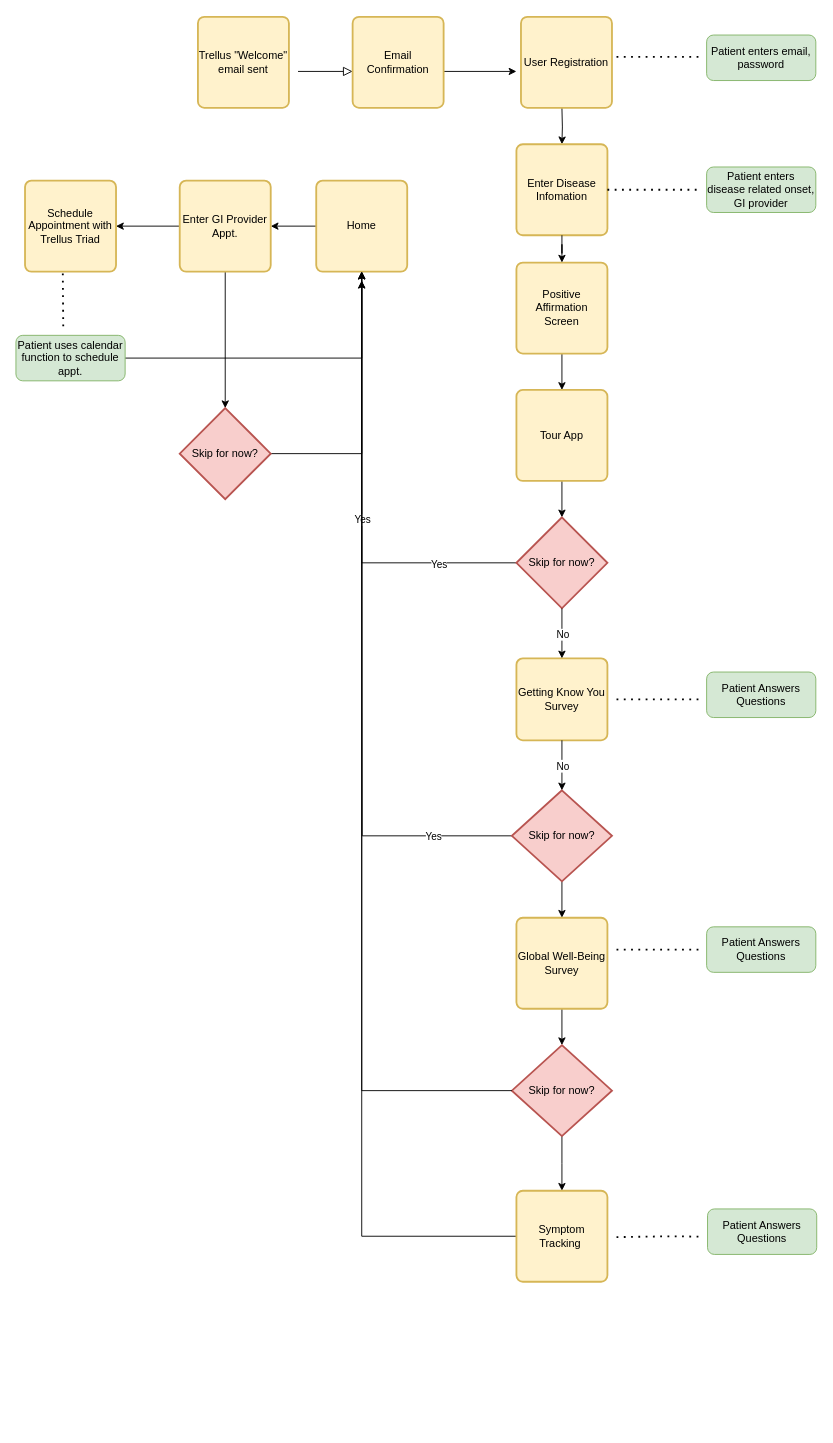
The draw.io diagram Mobile App.drawio in jamey-trellus/diagrams, before the edit. Source tidied: cells renumbered, new cells numbered last; positions are measured from the earlier drawing's top-left corner, leaving out a move shared by most shapes. Both pictures are drawn from the tidied source at 91%, with x=0, y=0 at pixel (15, 16).
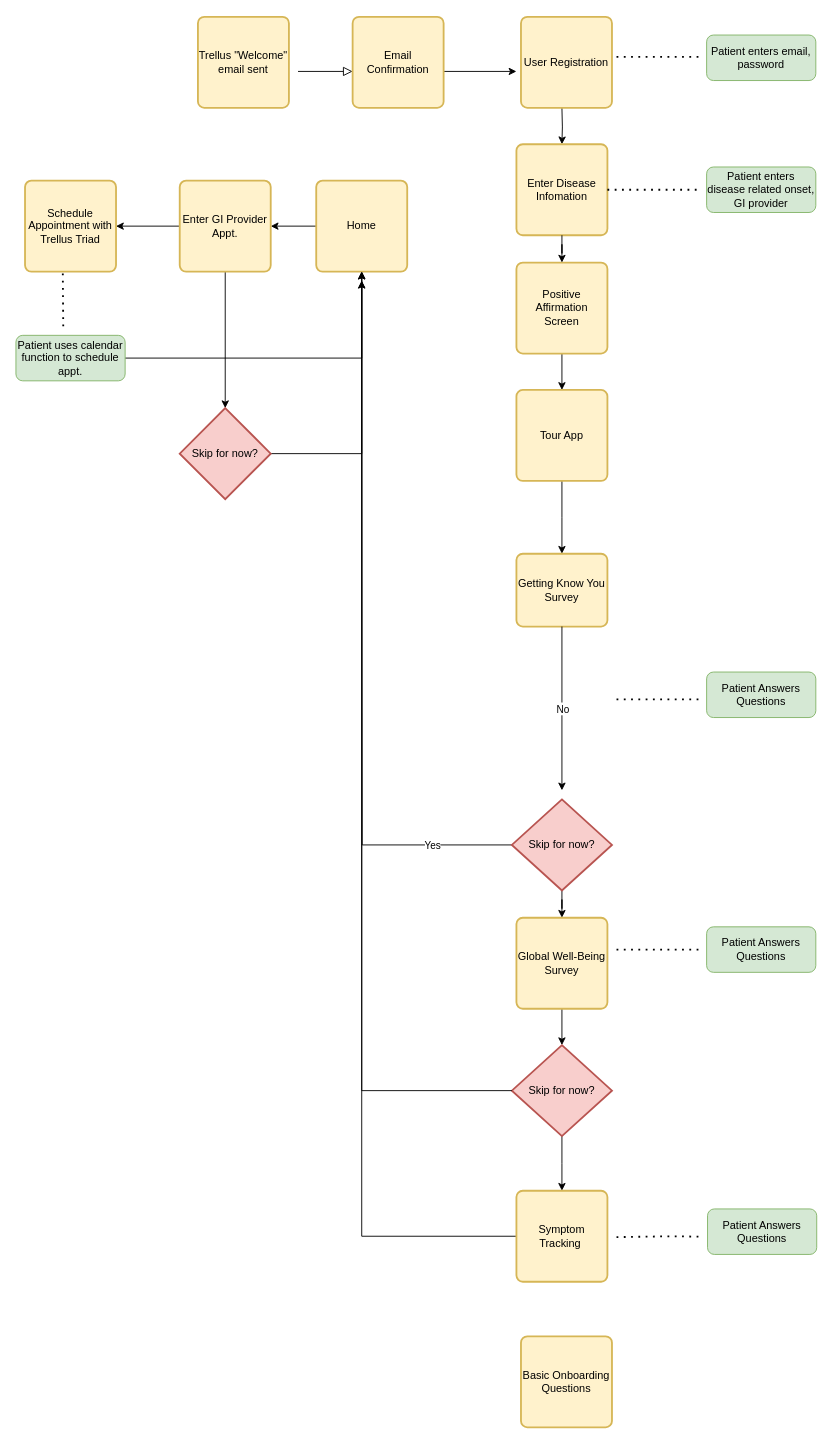
After the change.

The change refers to these unchanged cells:
```xml
<mxCell id="12" value="Home" style="rounded=1;whiteSpace=wrap;html=1;absoluteArcSize=1;arcSize=14;strokeWidth=2;fillColor=#fff2cc;strokeColor=#d6b656;" parent="1" vertex="1">
  <mxGeometry x="330" y="180" width="100" height="100" as="geometry" />
</mxCell>
<mxCell id="16" value="Tour App" style="rounded=1;whiteSpace=wrap;html=1;absoluteArcSize=1;arcSize=14;strokeWidth=2;fillColor=#fff2cc;strokeColor=#d6b656;" parent="1" vertex="1">
  <mxGeometry x="550" y="410" width="100" height="100" as="geometry" />
</mxCell>
```

Change to the diagram source:
```diff
@@
-    <mxCell id="5" style="edgeStyle=orthogonalEdgeStyle;rounded=0;jettySize=auto;html=1;entryX=0.5;entryY=0;entryDx=0;entryDy=0;entryPerimeter=0;" parent="1" edge="1" source="16" target="10">
-      <mxGeometry relative="1" as="geometry" />
+    <mxCell id="5" style="edgeStyle=orthogonalEdgeStyle;rounded=0;jettySize=auto;html=1;" parent="1" edge="1" source="16">
+      <mxGeometry relative="1" as="geometry">
+        <mxPoint x="600" y="590" as="targetPoint" />
+      </mxGeometry>
     </mxCell>
@@
-    <mxCell id="7" style="edgeStyle=orthogonalEdgeStyle;rounded=0;jettySize=auto;html=1;exitX=0;exitY=0.5;exitDx=0;exitDy=0;exitPerimeter=0;" parent="1" edge="1" source="10" target="12">
-      <mxGeometry relative="1" as="geometry" />
-    </mxCell>
-    <mxCell id="8" value="Yes" style="edgeLabel;html=1;align=center;verticalAlign=middle;" parent="7" vertex="1">
-      <mxGeometry x="-0.11" relative="1" as="geometry" />
-    </mxCell>
-    <mxCell id="9" value="Yes" style="edgeLabel;html=1;align=center;verticalAlign=middle;" parent="7" vertex="1">
-      <mxGeometry x="-0.65" y="1" relative="1" as="geometry" />
-    </mxCell>
-    <mxCell id="10" value="Skip for now?" style="strokeWidth=2;html=1;shape=mxgraph.flowchart.decision;whiteSpace=wrap;fillColor=#f8cecc;strokeColor=#b85450;" parent="1" vertex="1">
-      <mxGeometry x="550" y="550" width="100" height="100" as="geometry" />
-    </mxCell>
@@
     <mxCell id="17" value="Getting Know You Survey" style="rounded=1;whiteSpace=wrap;html=1;absoluteArcSize=1;arcSize=14;strokeWidth=2;fillColor=#fff2cc;strokeColor=#d6b656;" parent="1" vertex="1">
-      <mxGeometry x="550" y="705" width="100" height="90" as="geometry" />
+      <mxGeometry x="550" y="590" width="100" height="80" as="geometry" />
     </mxCell>
@@
     <mxCell id="21" value="Skip for now?" style="strokeWidth=2;html=1;shape=mxgraph.flowchart.decision;whiteSpace=wrap;fillColor=#f8cecc;strokeColor=#b85450;" parent="1" vertex="1">
-      <mxGeometry x="545" y="850" width="110" height="100" as="geometry" />
+      <mxGeometry x="545" y="860" width="110" height="100" as="geometry" />
     </mxCell>
@@
-    <mxCell id="51" style="endArrow=classic;html=1;exitX=0.5;exitY=1;exitDx=0;exitDy=0;exitPerimeter=0;entryX=0.5;entryY=0;entryDx=0;entryDy=0;" parent="1" edge="1" source="10" target="17">
-      <mxGeometry relative="1" as="geometry" />
-    </mxCell>
-    <mxCell id="52" value="No" style="edgeLabel;html=1;align=center;verticalAlign=middle;" parent="51" vertex="1">
-      <mxGeometry relative="1" as="geometry" />
-    </mxCell>
@@
+    <mxCell id="55" value="Basic Onboarding Questions" style="rounded=1;whiteSpace=wrap;html=1;absoluteArcSize=1;arcSize=14;strokeWidth=2;fillColor=#fff2cc;strokeColor=#d6b656;" parent="1" vertex="1">
+      <mxGeometry x="555" y="1450" width="100" height="100" as="geometry" />
+    </mxCell>
```
